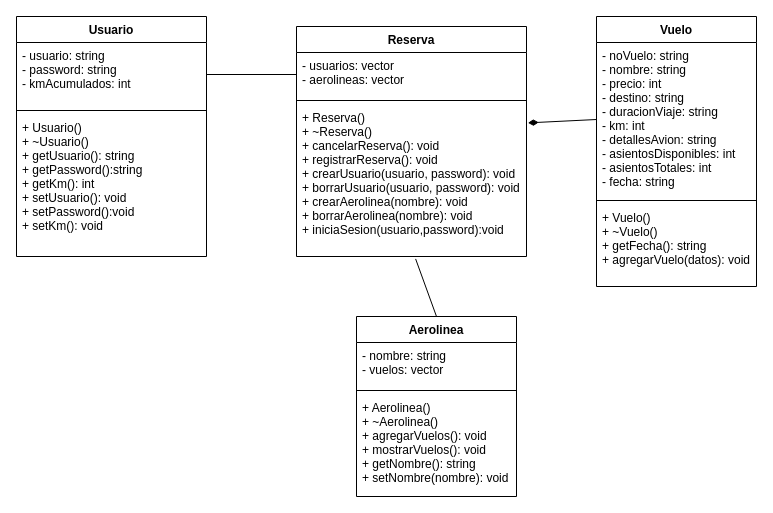
Above: Proyecto/diagrama.drawio in AlexaBF/OOP (draw.io), before the change. Source tidied: cells renumbered, new cells numbered last; positions are measured from the earlier drawing's top-left corner, leaving out a move shared by most shapes. Both pictures are drawn from the tidied source at 100%, with x=0, y=0 at pixel (16, 16).
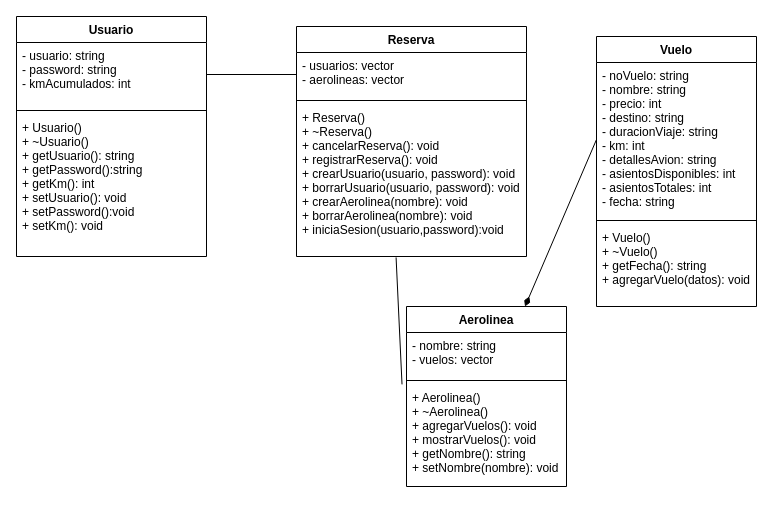
After the change.

The change refers to these unchanged cells:
```xml
<mxCell id="9" value="+ Aerolinea()&#10;+ ~Aerolinea()&#10;+ agregarVuelos(): void&#10;+ mostrarVuelos(): void&#10;+ getNombre(): string&#10;+ setNombre(nombre): void" style="text;strokeColor=none;fillColor=none;align=left;verticalAlign=top;spacingLeft=4;spacingRight=4;overflow=hidden;points=[[0,0.5],[1,0.5]];portConstraint=eastwest;" parent="6" vertex="1">
  <mxGeometry y="78" width="160" height="102" as="geometry" />
</mxCell>
<mxCell id="11" value="- noVuelo: string&#10;- nombre: string&#10;- precio: int&#10;- destino: string&#10;- duracionViaje: string&#10;- km: int&#10;- detallesAvion: string&#10;- asientosDisponibles: int&#10;- asientosTotales: int&#10;- fecha: string" style="text;strokeColor=none;fillColor=none;align=left;verticalAlign=top;spacingLeft=4;spacingRight=4;overflow=hidden;points=[[0,0.5],[1,0.5]];portConstraint=eastwest;" parent="10" vertex="1">
  <mxGeometry y="26" width="160" height="154" as="geometry" />
</mxCell>
<mxCell id="17" value="+ Reserva()&#10;+ ~Reserva()&#10;+ cancelarReserva(): void&#10;+ registrarReserva(): void&#10;+ crearUsuario(usuario, password): void&#10;+ borrarUsuario(usuario, password): void&#10;+ crearAerolinea(nombre): void&#10;+ borrarAerolinea(nombre): void&#10;+ iniciaSesion(usuario,password):void" style="text;strokeColor=none;fillColor=none;align=left;verticalAlign=top;spacingLeft=4;spacingRight=4;overflow=hidden;points=[[0,0.5],[1,0.5]];portConstraint=eastwest;" parent="14" vertex="1">
  <mxGeometry y="78" width="230" height="152" as="geometry" />
</mxCell>
```

Diff of the diagram source:
```diff
@@
     <mxCell id="6" value="Aerolinea" style="swimlane;fontStyle=1;align=center;verticalAlign=top;horizontal=1;startSize=26;" parent="1" vertex="1">
-      <mxGeometry x="340" y="300" width="160" height="180" as="geometry" />
+      <mxGeometry x="390" y="290" width="160" height="180" as="geometry" />
     </mxCell>
@@
     <mxCell id="10" value="Vuelo" style="swimlane;fontStyle=1;align=center;verticalAlign=top;horizontal=1;startSize=26;" parent="1" vertex="1">
-      <mxGeometry x="580" width="160" height="270" as="geometry" />
+      <mxGeometry x="580" y="20" width="160" height="270" as="geometry" />
     </mxCell>
@@
-    <mxCell id="18" style="endArrow=none;startArrow=diamondThin;endFill=0;startFill=1;html=1;verticalAlign=bottom;labelBackgroundColor=none;strokeWidth=1;startSize=8;endSize=8;exitX=1.006;exitY=0.121;exitDx=0;exitDy=0;entryX=0;entryY=0.5;entryDx=0;entryDy=0;exitPerimeter=0;" parent="1" edge="1" source="17" target="11">
+    <mxCell id="18" style="endArrow=none;startArrow=diamondThin;endFill=0;startFill=1;html=1;verticalAlign=bottom;labelBackgroundColor=none;strokeWidth=1;startSize=8;endSize=8;entryX=0;entryY=0.5;entryDx=0;entryDy=0;" parent="1" edge="1" source="6" target="11">
       <mxGeometry relative="1" as="geometry" />
     </mxCell>
-    <mxCell id="19" style="endArrow=none;html=1;exitX=0.5;exitY=0;exitDx=0;exitDy=0;entryX=0.518;entryY=1.016;entryDx=0;entryDy=0;entryPerimeter=0;" parent="1" edge="1" source="6" target="17">
+    <mxCell id="19" style="endArrow=none;html=1;exitX=-0.028;exitY=-0.001;exitDx=0;exitDy=0;entryX=0.433;entryY=1.006;entryDx=0;entryDy=0;entryPerimeter=0;exitPerimeter=0;" parent="1" edge="1" source="9" target="17">
       <mxGeometry relative="1" as="geometry" />
     </mxCell>
```
